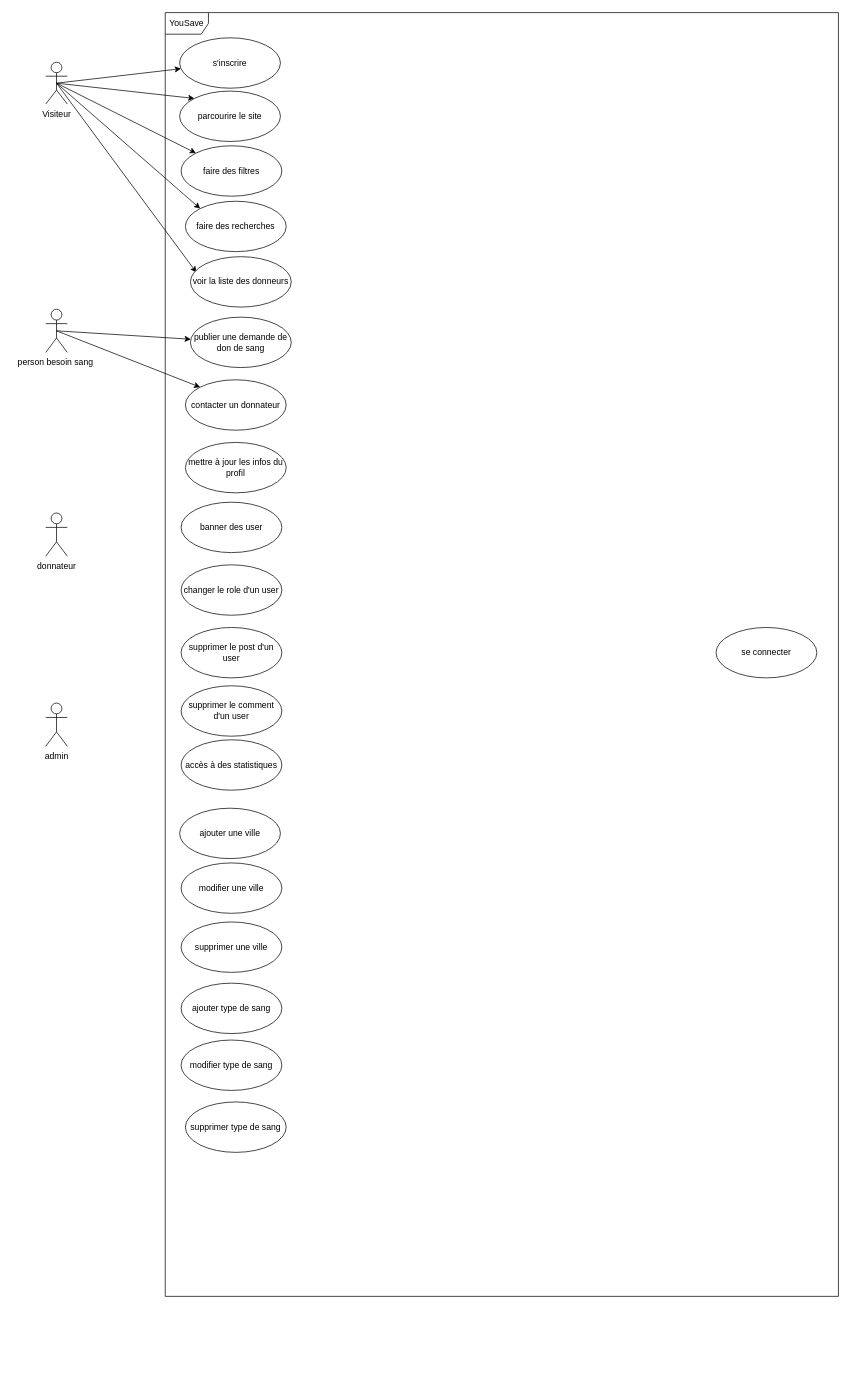
Earlier version of the draw.io diagram conception/usecases.drawio (MaryemKhaoua/YouSave). Source tidied: cells renumbered, new cells numbered last; positions are measured from the earlier drawing's top-left corner, leaving out a move shared by most shapes. Both pictures are drawn from the tidied source at 72%, with x=0, y=0 at pixel (45, 12).
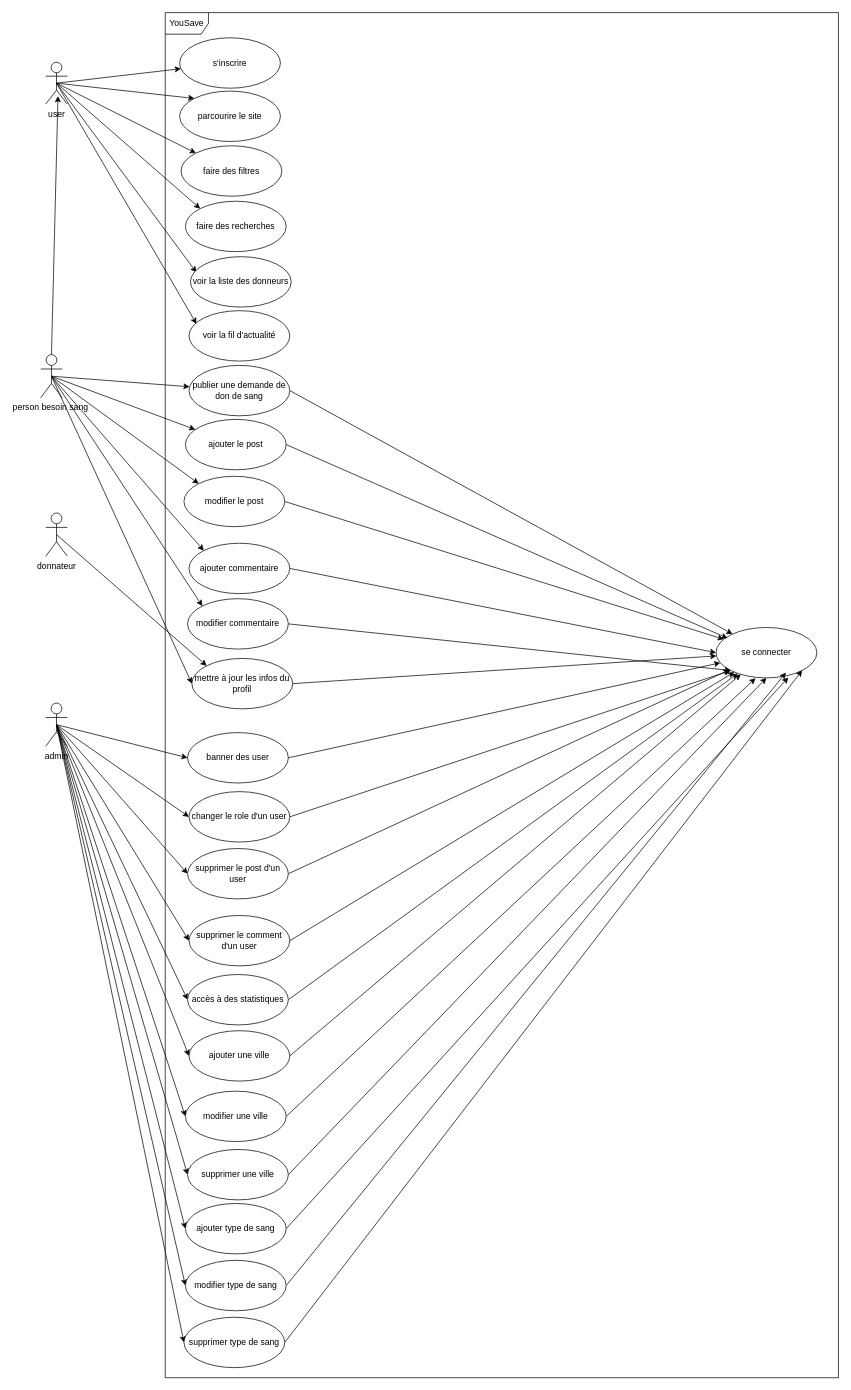
After the change.

Commit message (it also covers changes not shown here):
diagram de class

Unchanged cells that the change refers to:
```xml
<mxCell id="3" value="donnateur" style="shape=umlActor;verticalLabelPosition=bottom;verticalAlign=top;html=1;" parent="1" vertex="1">
  <mxGeometry y="695" width="30" height="60" as="geometry" />
</mxCell>
<mxCell id="13" value="admin" style="shape=umlActor;verticalLabelPosition=bottom;verticalAlign=top;html=1;" parent="1" vertex="1">
  <mxGeometry y="959" width="30" height="60" as="geometry" />
</mxCell>
<mxCell id="22" value="se connecter" style="ellipse;whiteSpace=wrap;html=1;" parent="1" vertex="1">
  <mxGeometry x="931" y="854" width="140" height="70" as="geometry" />
</mxCell>
```

Diff of the diagram source:
```diff
@@
     <mxCell id="2" value="YouSave" style="shape=umlFrame;whiteSpace=wrap;html=1;" parent="1" vertex="1">
-      <mxGeometry x="166" width="935" height="1783" as="geometry" />
+      <mxGeometry x="166" width="935" height="1896" as="geometry" />
     </mxCell>
+    <mxCell id="34" style="edgeStyle=none;html=1;exitX=0.5;exitY=0.5;exitDx=0;exitDy=0;exitPerimeter=0;entryX=0;entryY=0;entryDx=0;entryDy=0;" parent="1" edge="1" source="3" target="19">
+      <mxGeometry relative="1" as="geometry" />
+    </mxCell>
@@
+    <mxCell id="35" style="edgeStyle=none;html=1;exitX=0.5;exitY=0.5;exitDx=0;exitDy=0;exitPerimeter=0;entryX=0.074;entryY=0.262;entryDx=0;entryDy=0;entryPerimeter=0;" parent="1" edge="1" source="9" target="66">
+      <mxGeometry relative="1" as="geometry" />
+    </mxCell>
-    <mxCell id="9" value="Visiteur" style="shape=umlActor;verticalLabelPosition=bottom;verticalAlign=top;html=1;" parent="1" vertex="1">
+    <mxCell id="9" value="user" style="shape=umlActor;verticalLabelPosition=bottom;verticalAlign=top;html=1;" parent="1" vertex="1">
       <mxGeometry y="69" width="30" height="58" as="geometry" />
     </mxCell>
@@
-    <mxCell id="11" style="edgeStyle=none;html=1;exitX=0.5;exitY=0.5;exitDx=0;exitDy=0;exitPerimeter=0;entryX=0;entryY=0;entryDx=0;entryDy=0;" parent="1" edge="1" source="12" target="21">
-      <mxGeometry relative="1" as="geometry" />
-    </mxCell>
+    <mxCell id="36" style="edgeStyle=none;html=1;exitX=0.5;exitY=0.5;exitDx=0;exitDy=0;exitPerimeter=0;" parent="1" edge="1" source="12" target="68">
+      <mxGeometry relative="1" as="geometry" />
+    </mxCell>
+    <mxCell id="37" style="edgeStyle=none;html=1;exitX=0.5;exitY=0.5;exitDx=0;exitDy=0;exitPerimeter=0;entryX=0;entryY=0;entryDx=0;entryDy=0;" parent="1" edge="1" source="12" target="70">
+      <mxGeometry relative="1" as="geometry" />
+    </mxCell>
+    <mxCell id="38" style="edgeStyle=none;html=1;exitX=0.5;exitY=0.5;exitDx=0;exitDy=0;exitPerimeter=0;entryX=0;entryY=0;entryDx=0;entryDy=0;" parent="1" edge="1" source="12" target="72">
+      <mxGeometry relative="1" as="geometry" />
+    </mxCell>
+    <mxCell id="39" style="edgeStyle=none;html=1;exitX=0.5;exitY=0.5;exitDx=0;exitDy=0;exitPerimeter=0;entryX=0;entryY=0;entryDx=0;entryDy=0;" parent="1" edge="1" source="12" target="74">
+      <mxGeometry relative="1" as="geometry" />
+    </mxCell>
+    <mxCell id="40" style="edgeStyle=none;html=1;exitX=0.5;exitY=0.5;exitDx=0;exitDy=0;exitPerimeter=0;entryX=0;entryY=0.5;entryDx=0;entryDy=0;" parent="1" edge="1" source="12" target="19">
+      <mxGeometry relative="1" as="geometry" />
+    </mxCell>
+    <mxCell id="41" style="edgeStyle=none;html=1;exitX=0.5;exitY=0;exitDx=0;exitDy=0;exitPerimeter=0;entryX=0.568;entryY=0.809;entryDx=0;entryDy=0;entryPerimeter=0;" parent="1" edge="1" source="12" target="9">
+      <mxGeometry relative="1" as="geometry" />
+    </mxCell>
     <mxCell id="12" value="person besoin sang&amp;nbsp;" style="shape=umlActor;verticalLabelPosition=bottom;verticalAlign=top;html=1;" parent="1" vertex="1">
-      <mxGeometry y="412" width="30" height="60" as="geometry" />
+      <mxGeometry x="-7" y="475" width="30" height="60" as="geometry" />
     </mxCell>
+    <mxCell id="42" style="edgeStyle=none;html=1;exitX=0.5;exitY=0.5;exitDx=0;exitDy=0;exitPerimeter=0;entryX=0;entryY=0.5;entryDx=0;entryDy=0;" parent="1" edge="1" source="13" target="23">
+      <mxGeometry relative="1" as="geometry" />
+    </mxCell>
+    <mxCell id="43" style="edgeStyle=none;html=1;exitX=0.5;exitY=0.5;exitDx=0;exitDy=0;exitPerimeter=0;entryX=0;entryY=0.5;entryDx=0;entryDy=0;" parent="1" edge="1" source="13" target="24">
+      <mxGeometry relative="1" as="geometry" />
+    </mxCell>
+    <mxCell id="44" style="edgeStyle=none;html=1;exitX=0.5;exitY=0.5;exitDx=0;exitDy=0;exitPerimeter=0;entryX=0;entryY=0.5;entryDx=0;entryDy=0;" parent="1" edge="1" source="13" target="25">
+      <mxGeometry relative="1" as="geometry" />
+    </mxCell>
+    <mxCell id="45" style="edgeStyle=none;html=1;exitX=0.5;exitY=0.5;exitDx=0;exitDy=0;exitPerimeter=0;entryX=0;entryY=0.5;entryDx=0;entryDy=0;" parent="1" edge="1" source="13" target="26">
+      <mxGeometry relative="1" as="geometry" />
+    </mxCell>
+    <mxCell id="46" style="edgeStyle=none;html=1;exitX=0.5;exitY=0.5;exitDx=0;exitDy=0;exitPerimeter=0;entryX=0;entryY=0.5;entryDx=0;entryDy=0;" parent="1" edge="1" source="13" target="27">
+      <mxGeometry relative="1" as="geometry" />
+    </mxCell>
+    <mxCell id="47" style="edgeStyle=none;html=1;exitX=0.5;exitY=0.5;exitDx=0;exitDy=0;exitPerimeter=0;entryX=0;entryY=0.5;entryDx=0;entryDy=0;" parent="1" edge="1" source="13" target="28">
+      <mxGeometry relative="1" as="geometry" />
+    </mxCell>
+    <mxCell id="48" style="edgeStyle=none;html=1;exitX=0.5;exitY=0.5;exitDx=0;exitDy=0;exitPerimeter=0;entryX=0;entryY=0.5;entryDx=0;entryDy=0;" parent="1" edge="1" source="13" target="29">
+      <mxGeometry relative="1" as="geometry" />
+    </mxCell>
+    <mxCell id="49" style="edgeStyle=none;html=1;exitX=0.5;exitY=0.5;exitDx=0;exitDy=0;exitPerimeter=0;entryX=0;entryY=0.5;entryDx=0;entryDy=0;" parent="1" edge="1" source="13" target="30">
+      <mxGeometry relative="1" as="geometry" />
+    </mxCell>
+    <mxCell id="50" style="edgeStyle=none;html=1;exitX=0.5;exitY=0.5;exitDx=0;exitDy=0;exitPerimeter=0;entryX=0;entryY=0.5;entryDx=0;entryDy=0;" parent="1" edge="1" source="13" target="31">
+      <mxGeometry relative="1" as="geometry" />
+    </mxCell>
+    <mxCell id="51" style="edgeStyle=none;html=1;exitX=0.5;exitY=0.5;exitDx=0;exitDy=0;exitPerimeter=0;entryX=0;entryY=0.5;entryDx=0;entryDy=0;" parent="1" edge="1" source="13" target="32">
+      <mxGeometry relative="1" as="geometry" />
+    </mxCell>
+    <mxCell id="52" style="edgeStyle=none;html=1;exitX=0.5;exitY=0.5;exitDx=0;exitDy=0;exitPerimeter=0;entryX=0;entryY=0.5;entryDx=0;entryDy=0;" parent="1" edge="1" source="13" target="33">
+      <mxGeometry relative="1" as="geometry" />
+    </mxCell>
@@
+    <mxCell id="53" style="edgeStyle=none;html=1;exitX=1;exitY=0.5;exitDx=0;exitDy=0;" parent="1" edge="1" source="19" target="22">
+      <mxGeometry relative="1" as="geometry" />
+    </mxCell>
     <mxCell id="19" value="mettre à jour les infos du profil" style="ellipse;whiteSpace=wrap;html=1;" parent="1" vertex="1">
-      <mxGeometry x="194" y="597" width="140" height="70" as="geometry" />
+      <mxGeometry x="203" y="897" width="140" height="70" as="geometry" />
     </mxCell>
+    <mxCell id="54" style="edgeStyle=none;html=1;exitX=1;exitY=0.5;exitDx=0;exitDy=0;" parent="1" edge="1" source="20" target="22">
+      <mxGeometry relative="1" as="geometry" />
+    </mxCell>
     <mxCell id="20" value="publier une demande de don de sang" style="ellipse;whiteSpace=wrap;html=1;" parent="1" vertex="1">
-      <mxGeometry x="201" y="423" width="140" height="70" as="geometry" />
+      <mxGeometry x="199" y="490" width="140" height="70" as="geometry" />
     </mxCell>
-    <mxCell id="21" value="contacter un donnateur" style="ellipse;whiteSpace=wrap;html=1;" parent="1" vertex="1">
-      <mxGeometry x="194" y="510" width="140" height="70" as="geometry" />
-    </mxCell>
@@
+    <mxCell id="55" style="edgeStyle=none;html=1;exitX=1;exitY=0.5;exitDx=0;exitDy=0;" parent="1" edge="1" source="23" target="22">
+      <mxGeometry relative="1" as="geometry" />
+    </mxCell>
     <mxCell id="23" value="banner des user" style="ellipse;whiteSpace=wrap;html=1;" parent="1" vertex="1">
-      <mxGeometry x="188" y="680" width="140" height="70" as="geometry" />
+      <mxGeometry x="197" y="1000" width="140" height="70" as="geometry" />
     </mxCell>
+    <mxCell id="56" style="edgeStyle=none;html=1;exitX=1;exitY=0.5;exitDx=0;exitDy=0;entryX=0;entryY=1;entryDx=0;entryDy=0;" parent="1" edge="1" source="24" target="22">
+      <mxGeometry relative="1" as="geometry" />
+    </mxCell>
     <mxCell id="24" value="changer le role d'un user" style="ellipse;whiteSpace=wrap;html=1;" parent="1" vertex="1">
-      <mxGeometry x="188" y="767" width="140" height="70" as="geometry" />
+      <mxGeometry x="199" y="1082" width="140" height="70" as="geometry" />
     </mxCell>
+    <mxCell id="57" style="edgeStyle=none;html=1;exitX=1;exitY=0.5;exitDx=0;exitDy=0;" parent="1" edge="1" source="25" target="22">
+      <mxGeometry relative="1" as="geometry" />
+    </mxCell>
     <mxCell id="25" value="supprimer le post d'un user" style="ellipse;whiteSpace=wrap;html=1;" parent="1" vertex="1">
-      <mxGeometry x="188" y="854" width="140" height="70" as="geometry" />
+      <mxGeometry x="197" y="1161" width="140" height="70" as="geometry" />
     </mxCell>
+    <mxCell id="58" style="edgeStyle=none;html=1;exitX=1;exitY=0.5;exitDx=0;exitDy=0;" parent="1" edge="1" source="26" target="22">
+      <mxGeometry relative="1" as="geometry" />
+    </mxCell>
     <mxCell id="26" value="supprimer le comment d'un user" style="ellipse;whiteSpace=wrap;html=1;" parent="1" vertex="1">
-      <mxGeometry x="188" y="935" width="140" height="70" as="geometry" />
+      <mxGeometry x="199" y="1254" width="140" height="70" as="geometry" />
     </mxCell>
+    <mxCell id="59" style="edgeStyle=none;html=1;exitX=1;exitY=0.5;exitDx=0;exitDy=0;" parent="1" edge="1" source="27" target="22">
+      <mxGeometry relative="1" as="geometry" />
+    </mxCell>
     <mxCell id="27" value="accès à des statistiques" style="ellipse;whiteSpace=wrap;html=1;" parent="1" vertex="1">
-      <mxGeometry x="188" y="1010" width="140" height="70" as="geometry" />
+      <mxGeometry x="197" y="1336" width="140" height="70" as="geometry" />
     </mxCell>
+    <mxCell id="60" style="edgeStyle=none;html=1;exitX=1;exitY=0.5;exitDx=0;exitDy=0;" parent="1" edge="1" source="28" target="22">
+      <mxGeometry relative="1" as="geometry" />
+    </mxCell>
     <mxCell id="28" value="ajouter une ville" style="ellipse;whiteSpace=wrap;html=1;" parent="1" vertex="1">
-      <mxGeometry x="186" y="1105" width="140" height="70" as="geometry" />
+      <mxGeometry x="199" y="1414" width="140" height="70" as="geometry" />
     </mxCell>
+    <mxCell id="61" style="edgeStyle=none;html=1;exitX=1;exitY=0.5;exitDx=0;exitDy=0;entryX=0.392;entryY=1.006;entryDx=0;entryDy=0;entryPerimeter=0;" parent="1" edge="1" source="29" target="22">
+      <mxGeometry relative="1" as="geometry" />
+    </mxCell>
     <mxCell id="29" value="modifier une ville" style="ellipse;whiteSpace=wrap;html=1;" parent="1" vertex="1">
-      <mxGeometry x="188" y="1181" width="140" height="70" as="geometry" />
+      <mxGeometry x="194" y="1498" width="140" height="70" as="geometry" />
     </mxCell>
+    <mxCell id="62" style="edgeStyle=none;html=1;exitX=1;exitY=0.5;exitDx=0;exitDy=0;entryX=0.5;entryY=1;entryDx=0;entryDy=0;" parent="1" edge="1" source="30" target="22">
+      <mxGeometry relative="1" as="geometry" />
+    </mxCell>
     <mxCell id="30" value="supprimer une ville" style="ellipse;whiteSpace=wrap;html=1;" parent="1" vertex="1">
-      <mxGeometry x="188" y="1263" width="140" height="70" as="geometry" />
+      <mxGeometry x="197" y="1579" width="140" height="70" as="geometry" />
     </mxCell>
+    <mxCell id="63" style="edgeStyle=none;html=1;exitX=1;exitY=0.5;exitDx=0;exitDy=0;entryX=0.717;entryY=0.99;entryDx=0;entryDy=0;entryPerimeter=0;" parent="1" edge="1" source="31" target="22">
+      <mxGeometry relative="1" as="geometry" />
+    </mxCell>
     <mxCell id="31" value="ajouter type de sang" style="ellipse;whiteSpace=wrap;html=1;" parent="1" vertex="1">
-      <mxGeometry x="188" y="1348" width="140" height="70" as="geometry" />
+      <mxGeometry x="194" y="1654" width="140" height="70" as="geometry" />
     </mxCell>
+    <mxCell id="64" style="edgeStyle=none;html=1;exitX=1;exitY=0.5;exitDx=0;exitDy=0;" parent="1" edge="1" source="32">
+      <mxGeometry relative="1" as="geometry">
+        <mxPoint x="1028.1" y="916.7" as="targetPoint" />
+      </mxGeometry>
+    </mxCell>
     <mxCell id="32" value="modifier type de sang" style="ellipse;whiteSpace=wrap;html=1;" parent="1" vertex="1">
-      <mxGeometry x="188" y="1427" width="140" height="70" as="geometry" />
+      <mxGeometry x="194" y="1733" width="140" height="70" as="geometry" />
     </mxCell>
+    <mxCell id="65" style="edgeStyle=none;html=1;exitX=1;exitY=0.5;exitDx=0;exitDy=0;entryX=1;entryY=1;entryDx=0;entryDy=0;" parent="1" edge="1" source="33" target="22">
+      <mxGeometry relative="1" as="geometry" />
+    </mxCell>
     <mxCell id="33" value="supprimer type de sang" style="ellipse;whiteSpace=wrap;html=1;" parent="1" vertex="1">
-      <mxGeometry x="194" y="1513" width="140" height="70" as="geometry" />
+      <mxGeometry x="192" y="1812" width="140" height="70" as="geometry" />
     </mxCell>
+    <mxCell id="66" value="voir la fil d'actualité" style="ellipse;whiteSpace=wrap;html=1;" parent="1" vertex="1">
+      <mxGeometry x="199" y="414" width="140" height="70" as="geometry" />
+    </mxCell>
+    <mxCell id="67" style="edgeStyle=none;html=1;exitX=1;exitY=0.5;exitDx=0;exitDy=0;" parent="1" edge="1" source="68">
+      <mxGeometry relative="1" as="geometry">
+        <mxPoint x="947" y="868.9" as="targetPoint" />
+      </mxGeometry>
+    </mxCell>
+    <mxCell id="68" value="ajouter le post" style="ellipse;whiteSpace=wrap;html=1;" parent="1" vertex="1">
+      <mxGeometry x="194" y="565" width="140" height="70" as="geometry" />
+    </mxCell>
+    <mxCell id="69" style="edgeStyle=none;html=1;exitX=1;exitY=0.5;exitDx=0;exitDy=0;" parent="1" edge="1" source="70" target="22">
+      <mxGeometry relative="1" as="geometry" />
+    </mxCell>
+    <mxCell id="70" value="modifier le post" style="ellipse;whiteSpace=wrap;html=1;" parent="1" vertex="1">
+      <mxGeometry x="192" y="644" width="140" height="70" as="geometry" />
+    </mxCell>
+    <mxCell id="71" style="edgeStyle=none;html=1;exitX=1;exitY=0.5;exitDx=0;exitDy=0;entryX=0;entryY=0.5;entryDx=0;entryDy=0;" parent="1" edge="1" source="72" target="22">
+      <mxGeometry relative="1" as="geometry" />
+    </mxCell>
+    <mxCell id="72" value="ajouter commentaire" style="ellipse;whiteSpace=wrap;html=1;" parent="1" vertex="1">
+      <mxGeometry x="199" y="737" width="140" height="70" as="geometry" />
+    </mxCell>
+    <mxCell id="73" style="edgeStyle=none;html=1;exitX=1;exitY=0.5;exitDx=0;exitDy=0;entryX=0;entryY=1;entryDx=0;entryDy=0;" parent="1" edge="1" source="74" target="22">
+      <mxGeometry relative="1" as="geometry" />
+    </mxCell>
+    <mxCell id="74" value="modifier commentaire" style="ellipse;whiteSpace=wrap;html=1;" parent="1" vertex="1">
+      <mxGeometry x="197" y="814" width="140" height="70" as="geometry" />
+    </mxCell>
```
